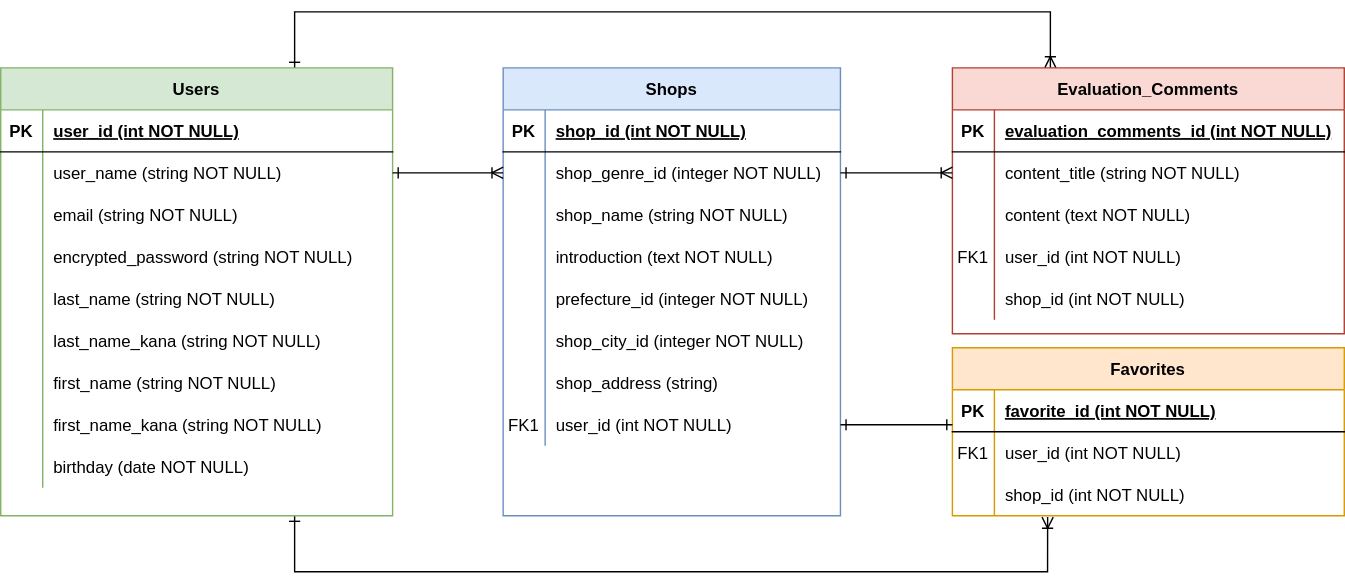
Before: osakawalker_er.drawio.svg, a diagram exported from draw.io (hso-sue/osakawalker). Source tidied: cells renumbered, new cells last; positions are measured from the earlier drawing's top-left corner, leaving out a move shared by most shapes.
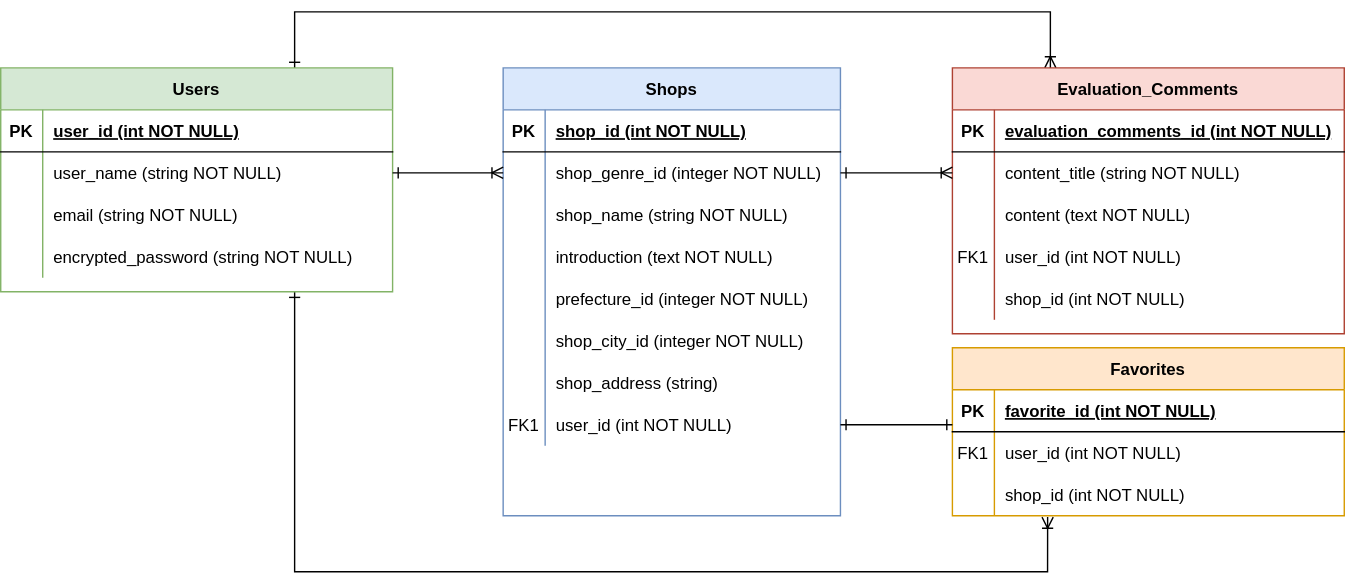
After the change.

The edit, as a diff of the source:
```diff
@@ -124,7 +124,7 @@
       </mxGeometry>
     </mxCell>
     <mxCell id="39" value="Users" style="shape=table;startSize=30;rowLines=0;fontStyle=1;align=center;fillColor=#d5e8d4;strokeColor=#82b366;fontColor=#000000;" parent="1" vertex="1">
-      <mxGeometry y="40" width="280" height="320" as="geometry" />
+      <mxGeometry y="40" width="280" height="160" as="geometry" />
     </mxCell>
     <mxCell id="40" style="shape=partialRectangle;fillColor=none;top=0;left=0;right=0;bottom=1;" parent="39" vertex="1">
       <mxGeometry y="30" width="280" height="30" as="geometry" />
@@ -162,51 +162,6 @@
     <mxCell id="51" value="encrypted_password (string NOT NULL)" style="shape=partialRectangle;overflow=hidden;fillColor=none;top=0;left=0;bottom=0;right=0;align=left;spacingLeft=6;" parent="49" vertex="1">
       <mxGeometry x="30" width="250" height="30" as="geometry" />
     </mxCell>
-    <mxCell id="52" style="shape=partialRectangle;fillColor=none;top=0;left=0;right=0;bottom=0;" parent="39" vertex="1">
-      <mxGeometry y="150" width="280" height="30" as="geometry" />
-    </mxCell>
-    <mxCell id="53" style="shape=partialRectangle;overflow=hidden;fillColor=none;top=0;left=0;bottom=0;right=0;" parent="52" vertex="1">
-      <mxGeometry width="30" height="30" as="geometry" />
-    </mxCell>
-    <mxCell id="54" value="last_name (string NOT NULL)" style="shape=partialRectangle;overflow=hidden;fillColor=none;top=0;left=0;bottom=0;right=0;align=left;spacingLeft=6;" parent="52" vertex="1">
-      <mxGeometry x="30" width="250" height="30" as="geometry" />
-    </mxCell>
-    <mxCell id="55" style="shape=partialRectangle;fillColor=none;top=0;left=0;right=0;bottom=0;" parent="39" vertex="1">
-      <mxGeometry y="180" width="280" height="30" as="geometry" />
-    </mxCell>
-    <mxCell id="56" style="shape=partialRectangle;overflow=hidden;fillColor=none;top=0;left=0;bottom=0;right=0;" parent="55" vertex="1">
-      <mxGeometry width="30" height="30" as="geometry" />
-    </mxCell>
-    <mxCell id="57" value="last_name_kana (string NOT NULL)" style="shape=partialRectangle;overflow=hidden;fillColor=none;top=0;left=0;bottom=0;right=0;align=left;spacingLeft=6;" parent="55" vertex="1">
-      <mxGeometry x="30" width="250" height="30" as="geometry" />
-    </mxCell>
-    <mxCell id="58" style="shape=partialRectangle;fillColor=none;top=0;left=0;right=0;bottom=0;" parent="39" vertex="1">
-      <mxGeometry y="210" width="280" height="30" as="geometry" />
-    </mxCell>
-    <mxCell id="59" style="shape=partialRectangle;overflow=hidden;fillColor=none;top=0;left=0;bottom=0;right=0;" parent="58" vertex="1">
-      <mxGeometry width="30" height="30" as="geometry" />
-    </mxCell>
-    <mxCell id="60" value="first_name (string NOT NULL)" style="shape=partialRectangle;overflow=hidden;fillColor=none;top=0;left=0;bottom=0;right=0;align=left;spacingLeft=6;" parent="58" vertex="1">
-      <mxGeometry x="30" width="250" height="30" as="geometry" />
-    </mxCell>
-    <mxCell id="61" style="shape=partialRectangle;fillColor=none;top=0;left=0;right=0;bottom=0;" parent="39" vertex="1">
-      <mxGeometry y="240" width="280" height="30" as="geometry" />
-    </mxCell>
-    <mxCell id="62" style="shape=partialRectangle;overflow=hidden;fillColor=none;top=0;left=0;bottom=0;right=0;" parent="61" vertex="1">
-      <mxGeometry width="30" height="30" as="geometry" />
-    </mxCell>
-    <mxCell id="63" value="first_name_kana (string NOT NULL)" style="shape=partialRectangle;overflow=hidden;fillColor=none;top=0;left=0;bottom=0;right=0;align=left;spacingLeft=6;" parent="61" vertex="1">
-      <mxGeometry x="30" width="250" height="30" as="geometry" />
-    </mxCell>
-    <mxCell id="64" style="shape=partialRectangle;fillColor=none;top=0;left=0;right=0;bottom=0;" parent="39" vertex="1">
-      <mxGeometry y="270" width="280" height="30" as="geometry" />
-    </mxCell>
-    <mxCell id="65" style="shape=partialRectangle;overflow=hidden;fillColor=none;top=0;left=0;bottom=0;right=0;" parent="64" vertex="1">
-      <mxGeometry width="30" height="30" as="geometry" />
-    </mxCell>
-    <mxCell id="66" value="birthday (date NOT NULL)" style="shape=partialRectangle;overflow=hidden;fillColor=none;top=0;left=0;bottom=0;right=0;align=left;spacingLeft=6;" parent="64" vertex="1">
-      <mxGeometry x="30" width="250" height="30" as="geometry" />
-    </mxCell>
     <mxCell id="67" value="Evaluation_Comments" style="shape=table;startSize=30;rowLines=0;fontStyle=1;align=center;fillColor=#fad9d5;strokeColor=#ae4132;fontColor=#000000;" parent="1" vertex="1">
       <mxGeometry x="680" y="40" width="280" height="190" as="geometry" />
     </mxCell>
```
